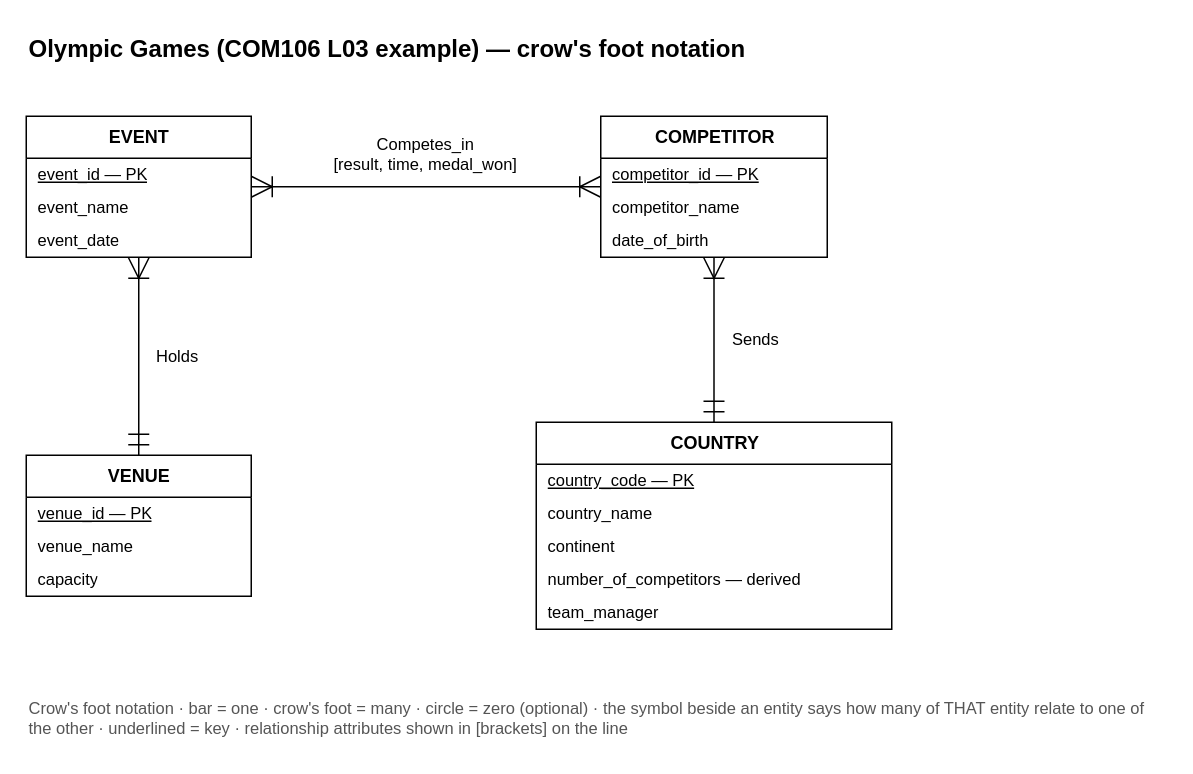
This is skills/drawio-skill/examples/erd-chen/olympics-crowsfoot.drawio from pearsekeenan23/drawio-skill, a draw.io file, before an edit. Source tidied: cells renumbered, new cells numbered last; positions are measured from the earlier drawing's top-left corner, leaving out a move shared by most shapes. Both pictures are drawn from the tidied source at 150%, with x=0, y=0 at pixel (26, 26).
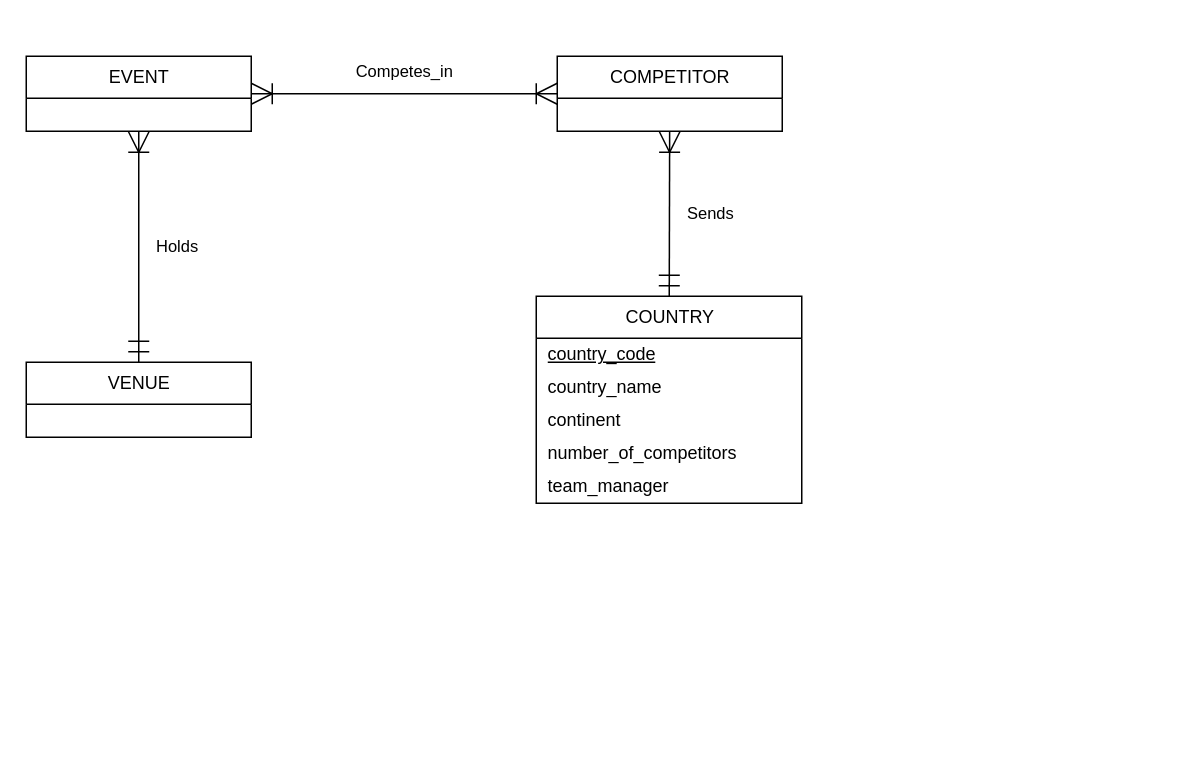
After the change.

Diff of the diagram source:
```diff
@@
-    <mxCell id="2" value="Olympic Games (COM106 L03 example) — crow's foot notation" style="text;html=1;fontSize=16;fontStyle=1;align=left;verticalAlign=middle;" parent="1" vertex="1">
-      <mxGeometry width="700" height="30" as="geometry" />
-    </mxCell>
-    <mxCell id="3" value="COUNTRY" style="swimlane;fontStyle=1;horizontal=1;startSize=28;html=1;fillColor=#ffffff;strokeColor=#000000;" parent="1" vertex="1">
-      <mxGeometry x="340" y="264" width="237" height="138" as="geometry" />
+    <mxCell id="3" value="COUNTRY" style="swimlane;fontStyle=0;horizontal=1;startSize=28;html=1;fillColor=#ffffff;strokeColor=#000000;" parent="1" vertex="1">
+      <mxGeometry x="340" y="180" width="177" height="138" as="geometry" />
     </mxCell>
-    <mxCell id="4" value="country_code  — PK" style="text;strokeColor=none;fillColor=none;align=left;verticalAlign=middle;spacingLeft=6;spacingRight=4;overflow=hidden;html=1;fontSize=11;fontStyle=4;" parent="3" vertex="1">
-      <mxGeometry y="28" width="237" height="22" as="geometry" />
+    <mxCell id="4" value="country_code" style="text;strokeColor=none;fillColor=none;align=left;verticalAlign=middle;spacingLeft=6;spacingRight=4;overflow=hidden;html=1;fontStyle=4;" parent="3" vertex="1">
+      <mxGeometry y="28" width="177" height="22" as="geometry" />
     </mxCell>
-    <mxCell id="5" value="country_name" style="text;strokeColor=none;fillColor=none;align=left;verticalAlign=middle;spacingLeft=6;spacingRight=4;overflow=hidden;html=1;fontSize=11;" parent="3" vertex="1">
-      <mxGeometry y="50" width="237" height="22" as="geometry" />
+    <mxCell id="5" value="country_name" style="text;strokeColor=none;fillColor=none;align=left;verticalAlign=middle;spacingLeft=6;spacingRight=4;overflow=hidden;html=1;" parent="3" vertex="1">
+      <mxGeometry y="50" width="177" height="22" as="geometry" />
     </mxCell>
-    <mxCell id="6" value="continent" style="text;strokeColor=none;fillColor=none;align=left;verticalAlign=middle;spacingLeft=6;spacingRight=4;overflow=hidden;html=1;fontSize=11;" parent="3" vertex="1">
-      <mxGeometry y="72" width="237" height="22" as="geometry" />
+    <mxCell id="6" value="continent" style="text;strokeColor=none;fillColor=none;align=left;verticalAlign=middle;spacingLeft=6;spacingRight=4;overflow=hidden;html=1;" parent="3" vertex="1">
+      <mxGeometry y="72" width="177" height="22" as="geometry" />
     </mxCell>
-    <mxCell id="7" value="number_of_competitors  — derived" style="text;strokeColor=none;fillColor=none;align=left;verticalAlign=middle;spacingLeft=6;spacingRight=4;overflow=hidden;html=1;fontSize=11;" parent="3" vertex="1">
-      <mxGeometry y="94" width="237" height="22" as="geometry" />
+    <mxCell id="7" value="number_of_competitors" style="text;strokeColor=none;fillColor=none;align=left;verticalAlign=middle;spacingLeft=6;spacingRight=4;overflow=hidden;html=1;" parent="3" vertex="1">
+      <mxGeometry y="94" width="177" height="22" as="geometry" />
     </mxCell>
-    <mxCell id="8" value="team_manager" style="text;strokeColor=none;fillColor=none;align=left;verticalAlign=middle;spacingLeft=6;spacingRight=4;overflow=hidden;html=1;fontSize=11;" parent="3" vertex="1">
-      <mxGeometry y="116" width="237" height="22" as="geometry" />
+    <mxCell id="8" value="team_manager" style="text;strokeColor=none;fillColor=none;align=left;verticalAlign=middle;spacingLeft=6;spacingRight=4;overflow=hidden;html=1;" parent="3" vertex="1">
+      <mxGeometry y="116" width="177" height="22" as="geometry" />
     </mxCell>
-    <mxCell id="9" value="COMPETITOR" style="swimlane;fontStyle=1;horizontal=1;startSize=28;html=1;fillColor=#ffffff;strokeColor=#000000;" parent="1" vertex="1">
-      <mxGeometry x="383" y="60" width="151" height="94" as="geometry" />
+    <mxCell id="9" value="COMPETITOR" style="swimlane;fontStyle=0;horizontal=1;startSize=28;html=1;fillColor=#ffffff;strokeColor=#000000;" parent="1" vertex="1">
+      <mxGeometry x="354" y="20" width="150" height="50" as="geometry" />
     </mxCell>
-    <mxCell id="10" value="competitor_id  — PK" style="text;strokeColor=none;fillColor=none;align=left;verticalAlign=middle;spacingLeft=6;spacingRight=4;overflow=hidden;html=1;fontSize=11;fontStyle=4;" parent="9" vertex="1">
-      <mxGeometry y="28" width="151" height="22" as="geometry" />
+    <mxCell id="10" style="text;strokeColor=none;fillColor=none;align=left;verticalAlign=middle;spacingLeft=6;spacingRight=4;overflow=hidden;html=1;" parent="9" vertex="1">
+      <mxGeometry y="28" width="150" height="22" as="geometry" />
     </mxCell>
-    <mxCell id="11" value="competitor_name" style="text;strokeColor=none;fillColor=none;align=left;verticalAlign=middle;spacingLeft=6;spacingRight=4;overflow=hidden;html=1;fontSize=11;" parent="9" vertex="1">
-      <mxGeometry y="50" width="151" height="22" as="geometry" />
-    </mxCell>
+    <mxCell id="25" value="EVENT" style="swimlane;fontStyle=0;horizontal=1;startSize=28;html=1;fillColor=#ffffff;strokeColor=#000000;" parent="1" vertex="1">
+      <mxGeometry y="20" width="150" height="50" as="geometry" />
+    </mxCell>
-    <mxCell id="12" value="date_of_birth" style="text;strokeColor=none;fillColor=none;align=left;verticalAlign=middle;spacingLeft=6;spacingRight=4;overflow=hidden;html=1;fontSize=11;" parent="9" vertex="1">
-      <mxGeometry y="72" width="151" height="22" as="geometry" />
+    <mxCell id="12" style="text;strokeColor=none;fillColor=none;align=left;verticalAlign=middle;spacingLeft=6;spacingRight=4;overflow=hidden;html=1;" parent="25" vertex="1">
+      <mxGeometry y="28" width="150" height="22" as="geometry" />
     </mxCell>
-    <mxCell id="13" value="EVENT" style="swimlane;fontStyle=1;horizontal=1;startSize=28;html=1;fillColor=#ffffff;strokeColor=#000000;" parent="1" vertex="1">
-      <mxGeometry y="60" width="150" height="94" as="geometry" />
+    <mxCell id="13" value="VENUE" style="swimlane;fontStyle=0;horizontal=1;startSize=28;html=1;fillColor=#ffffff;strokeColor=#000000;" parent="1" vertex="1">
+      <mxGeometry y="224" width="150" height="50" as="geometry" />
     </mxCell>
-    <mxCell id="14" value="event_id  — PK" style="text;strokeColor=none;fillColor=none;align=left;verticalAlign=middle;spacingLeft=6;spacingRight=4;overflow=hidden;html=1;fontSize=11;fontStyle=4;" parent="13" vertex="1">
+    <mxCell id="14" style="text;strokeColor=none;fillColor=none;align=left;verticalAlign=middle;spacingLeft=6;spacingRight=4;overflow=hidden;html=1;" parent="13" vertex="1">
       <mxGeometry y="28" width="150" height="22" as="geometry" />
     </mxCell>
-    <mxCell id="15" value="event_name" style="text;strokeColor=none;fillColor=none;align=left;verticalAlign=middle;spacingLeft=6;spacingRight=4;overflow=hidden;html=1;fontSize=11;" parent="13" vertex="1">
-      <mxGeometry y="50" width="150" height="22" as="geometry" />
-    </mxCell>
-    <mxCell id="16" value="event_date" style="text;strokeColor=none;fillColor=none;align=left;verticalAlign=middle;spacingLeft=6;spacingRight=4;overflow=hidden;html=1;fontSize=11;" parent="13" vertex="1">
-      <mxGeometry y="72" width="150" height="22" as="geometry" />
-    </mxCell>
-    <mxCell id="17" value="VENUE" style="swimlane;fontStyle=1;horizontal=1;startSize=28;html=1;fillColor=#ffffff;strokeColor=#000000;" parent="1" vertex="1">
-      <mxGeometry y="286" width="150" height="94" as="geometry" />
-    </mxCell>
-    <mxCell id="18" value="venue_id  — PK" style="text;strokeColor=none;fillColor=none;align=left;verticalAlign=middle;spacingLeft=6;spacingRight=4;overflow=hidden;html=1;fontSize=11;fontStyle=4;" parent="17" vertex="1">
-      <mxGeometry y="28" width="150" height="22" as="geometry" />
-    </mxCell>
-    <mxCell id="19" value="venue_name" style="text;strokeColor=none;fillColor=none;align=left;verticalAlign=middle;spacingLeft=6;spacingRight=4;overflow=hidden;html=1;fontSize=11;" parent="17" vertex="1">
-      <mxGeometry y="50" width="150" height="22" as="geometry" />
-    </mxCell>
-    <mxCell id="20" value="capacity" style="text;strokeColor=none;fillColor=none;align=left;verticalAlign=middle;spacingLeft=6;spacingRight=4;overflow=hidden;html=1;fontSize=11;" parent="17" vertex="1">
-      <mxGeometry y="72" width="150" height="22" as="geometry" />
-    </mxCell>
-    <mxCell id="21" value="Sends" style="html=1;rounded=0;fontSize=11;labelBackgroundColor=none;endSize=12;startSize=12;verticalAlign=middle;align=left;spacingLeft=10;strokeColor=#000000;startArrow=ERmandOne;startFill=0;endArrow=ERoneToMany;endFill=0;" parent="1" edge="1" source="3" target="9">
+    <mxCell id="21" value="Sends" style="html=1;rounded=0;labelBackgroundColor=none;endSize=12;startSize=12;verticalAlign=middle;align=left;spacingLeft=10;strokeColor=#000000;startArrow=ERmandOne;startFill=0;endArrow=ERoneToMany;endFill=0;" parent="1" edge="1" source="3" target="9">
       <mxGeometry relative="1" as="geometry" />
     </mxCell>
-    <mxCell id="22" value="Competes_in&lt;br&gt;[result, time, medal_won]" style="html=1;rounded=0;fontSize=11;labelBackgroundColor=none;endSize=12;startSize=12;verticalAlign=bottom;align=center;spacingBottom=6;strokeColor=#000000;startArrow=ERoneToMany;startFill=0;endArrow=ERoneToMany;endFill=0;" parent="1" edge="1" source="9" target="13">
-      <mxGeometry relative="1" as="geometry" />
-    </mxCell>
+    <mxCell id="26" value="Competes_in" style="html=1;rounded=0;labelBackgroundColor=none;endSize=12;startSize=12;verticalAlign=bottom;align=center;spacingBottom=6;strokeColor=#000000;startArrow=ERoneToMany;startFill=0;endArrow=ERoneToMany;endFill=0;" parent="1" edge="1" source="9" target="25">
+      <mxGeometry relative="1" as="geometry" />
+    </mxCell>
-    <mxCell id="23" value="Holds" style="html=1;rounded=0;fontSize=11;labelBackgroundColor=none;endSize=12;startSize=12;verticalAlign=middle;align=left;spacingLeft=10;strokeColor=#000000;startArrow=ERmandOne;startFill=0;endArrow=ERoneToMany;endFill=0;" parent="1" edge="1" source="17" target="13">
+    <mxCell id="23" value="Holds" style="html=1;rounded=0;labelBackgroundColor=none;endSize=12;startSize=12;verticalAlign=middle;align=left;spacingLeft=10;strokeColor=#000000;startArrow=ERmandOne;startFill=0;endArrow=ERoneToMany;endFill=0;" parent="1" edge="1" source="13" target="25">
       <mxGeometry relative="1" as="geometry" />
     </mxCell>
-    <mxCell id="24" value="Crow's foot notation · bar = one · crow's foot = many · circle = zero (optional) · the symbol beside an entity says how many of THAT entity relate to one of the other · underlined = key · relationship attributes shown in [brackets] on the line" style="text;html=1;fontSize=11;align=left;verticalAlign=top;fontColor=#555555;whiteSpace=wrap;" parent="1" vertex="1">
-      <mxGeometry y="442" width="760" height="40" as="geometry" />
-    </mxCell>
```
